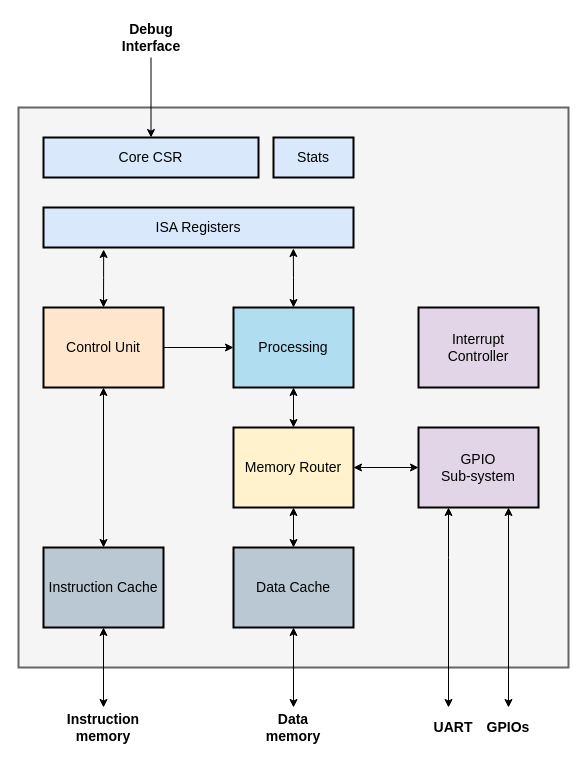
This is page "Overview" (1 of 6) of doc/friscv.drawio from dpretet/friscv, a draw.io file, before an edit. Source tidied: cells renumbered, new cells numbered last; positions are measured from the earlier drawing's top-left corner, leaving out a move shared by most shapes. Both pictures are drawn from the tidied source at 100%, with x=0, y=0 at pixel (18, 17).
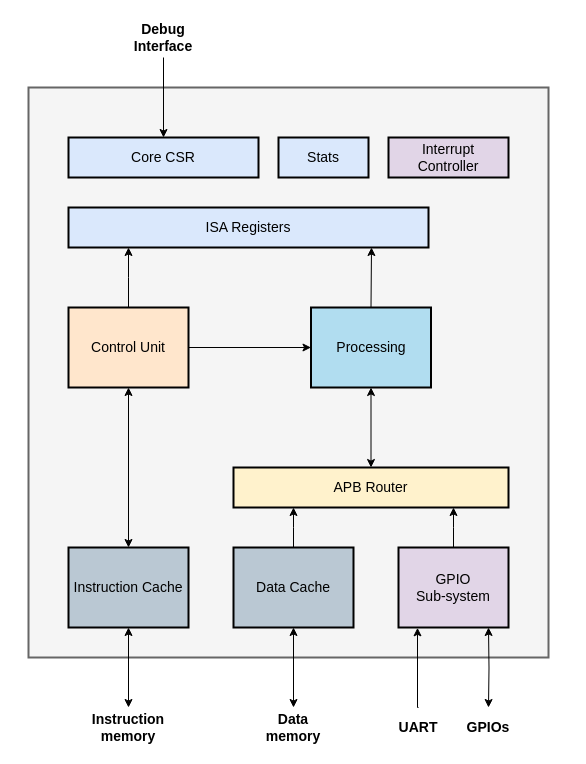
After the change.

Unchanged cells that the change refers to:
```xml
<mxCell id="20" value="Data Cache" style="rounded=0;whiteSpace=wrap;html=1;fillColor=#bac8d3;strokeWidth=2;fontSize=14;" parent="1" vertex="1">
  <mxGeometry x="215" y="530" width="120" height="80" as="geometry" />
</mxCell>
```

The edit, as a diff of the source:
```diff
@@
     <mxCell id="2" style="rounded=0;whiteSpace=wrap;html=1;strokeWidth=2;fillColor=#f5f5f5;strokeColor=#666666;fontColor=#333333;" parent="1" vertex="1">
-      <mxGeometry y="90" width="550" height="560" as="geometry" />
+      <mxGeometry x="10" y="70" width="520" height="570" as="geometry" />
     </mxCell>
@@
+    <mxCell id="5" style="edgeStyle=orthogonalEdgeStyle;rounded=0;jettySize=auto;html=1;exitX=0.5;exitY=1;exitDx=0;exitDy=0;entryX=0.5;entryY=0;entryDx=0;entryDy=0;startArrow=classic;startFill=1;fontSize=14;" parent="1" edge="1" source="6" target="24">
+      <mxGeometry relative="1" as="geometry" />
+    </mxCell>
-    <mxCell id="4" style="edgeStyle=orthogonalEdgeStyle;rounded=0;jettySize=auto;html=1;startArrow=classic;startFill=1;endArrow=classic;endFill=1;fontColor=#FFFFFF;entryX=0.806;entryY=1.025;entryDx=0;entryDy=0;entryPerimeter=0;fontSize=14;" parent="1" edge="1" source="6" target="13">
+    <mxCell id="4" style="edgeStyle=elbowEdgeStyle;rounded=0;sketch=0;jumpStyle=none;jettySize=auto;html=1;exitX=0.5;exitY=0;exitDx=0;exitDy=0;fontColor=#000066;strokeColor=#000000;" parent="1" edge="1" source="6" target="13">
       <mxGeometry relative="1" as="geometry" />
     </mxCell>
-    <mxCell id="5" style="edgeStyle=orthogonalEdgeStyle;rounded=0;jettySize=auto;html=1;exitX=0.5;exitY=1;exitDx=0;exitDy=0;entryX=0.5;entryY=0;entryDx=0;entryDy=0;startArrow=classic;startFill=1;fontSize=14;" parent="1" edge="1" source="6" target="24">
-      <mxGeometry relative="1" as="geometry" />
-    </mxCell>
     <mxCell id="6" value="Processing" style="rounded=0;whiteSpace=wrap;html=1;fillColor=#b1ddf0;strokeWidth=2;fontSize=14;" parent="1" vertex="1">
-      <mxGeometry x="215" y="290" width="120" height="80" as="geometry" />
+      <mxGeometry x="292.5" y="290" width="120" height="80" as="geometry" />
     </mxCell>
@@
-    <mxCell id="8" style="edgeStyle=orthogonalEdgeStyle;rounded=0;jettySize=auto;html=1;exitX=0.194;exitY=1.05;exitDx=0;exitDy=0;entryX=0.5;entryY=0;entryDx=0;entryDy=0;startArrow=classic;startFill=1;exitPerimeter=0;fontSize=14;" parent="1" edge="1" source="13" target="10">
-      <mxGeometry relative="1" as="geometry" />
-    </mxCell>
@@
+    <mxCell id="31" style="edgeStyle=elbowEdgeStyle;rounded=0;sketch=0;jumpStyle=none;jettySize=auto;html=1;exitX=0.5;exitY=0;exitDx=0;exitDy=0;fontColor=#000066;strokeColor=#000000;" parent="1" edge="1" source="10" target="13">
+      <mxGeometry relative="1" as="geometry" />
+    </mxCell>
     <mxCell id="10" value="Control Unit" style="rounded=0;whiteSpace=wrap;html=1;fillColor=#FFE6CC;strokeWidth=2;fontSize=14;" parent="1" vertex="1">
-      <mxGeometry x="25" y="290" width="120" height="80" as="geometry" />
+      <mxGeometry x="50" y="290" width="120" height="80" as="geometry" />
     </mxCell>
@@
     <mxCell id="13" value="ISA Registers" style="rounded=0;whiteSpace=wrap;html=1;fillColor=#dae8fc;strokeWidth=2;fontSize=14;" parent="1" vertex="1">
-      <mxGeometry x="25" y="190" width="310" height="40" as="geometry" />
+      <mxGeometry x="50" y="190" width="360" height="40" as="geometry" />
     </mxCell>
@@
     <mxCell id="15" value="Instruction memory" style="text;html=1;strokeColor=none;fillColor=none;align=center;verticalAlign=middle;whiteSpace=wrap;rounded=0;fontStyle=1;fontSize=14;" parent="1" vertex="1">
-      <mxGeometry x="50" y="690" width="70" height="40" as="geometry" />
+      <mxGeometry x="75" y="690" width="70" height="40" as="geometry" />
     </mxCell>
@@
     <mxCell id="17" value="Core CSR" style="rounded=0;whiteSpace=wrap;html=1;fillColor=#dae8fc;strokeWidth=2;fontSize=14;" parent="1" vertex="1">
-      <mxGeometry x="25" y="120" width="215" height="40" as="geometry" />
+      <mxGeometry x="50" y="120" width="190" height="40" as="geometry" />
     </mxCell>
     <mxCell id="18" value="Debug Interface" style="text;html=1;strokeColor=none;fillColor=none;align=center;verticalAlign=middle;whiteSpace=wrap;rounded=0;fontStyle=1;fontSize=14;" parent="1" vertex="1">
-      <mxGeometry x="97.5" width="70" height="40" as="geometry" />
+      <mxGeometry x="110" width="70" height="40" as="geometry" />
     </mxCell>
     <mxCell id="19" value="Instruction Cache" style="rounded=0;whiteSpace=wrap;html=1;fillColor=#bac8d3;strokeWidth=2;fontSize=14;" parent="1" vertex="1">
-      <mxGeometry x="25" y="530" width="120" height="80" as="geometry" />
+      <mxGeometry x="50" y="530" width="120" height="80" as="geometry" />
     </mxCell>
+    <mxCell id="32" style="edgeStyle=elbowEdgeStyle;rounded=0;sketch=0;jumpStyle=none;jettySize=auto;html=1;exitX=0.5;exitY=0;exitDx=0;exitDy=0;fontColor=#000066;strokeColor=#000000;" parent="1" edge="1" source="20" target="24">
+      <mxGeometry relative="1" as="geometry" />
+    </mxCell>
@@
     <mxCell id="21" value="Stats" style="rounded=0;whiteSpace=wrap;html=1;fillColor=#dae8fc;strokeWidth=2;fontSize=14;" parent="1" vertex="1">
-      <mxGeometry x="255" y="120" width="80" height="40" as="geometry" />
+      <mxGeometry x="260" y="120" width="90" height="40" as="geometry" />
     </mxCell>
-    <mxCell id="22" style="edgeStyle=orthogonalEdgeStyle;rounded=0;jettySize=auto;html=1;startArrow=classic;startFill=1;fontSize=14;" parent="1" edge="1" source="24" target="20">
-      <mxGeometry relative="1" as="geometry" />
-    </mxCell>
-    <mxCell id="23" style="edgeStyle=orthogonalEdgeStyle;rounded=0;jettySize=auto;html=1;exitX=1;exitY=0.5;exitDx=0;exitDy=0;startArrow=classic;startFill=1;fontSize=14;" parent="1" edge="1" source="24" target="27">
-      <mxGeometry relative="1" as="geometry" />
-    </mxCell>
-    <mxCell id="24" value="Memory Router" style="rounded=0;whiteSpace=wrap;html=1;fillColor=#fff2cc;strokeWidth=2;fontSize=14;" parent="1" vertex="1">
-      <mxGeometry x="215" y="410" width="120" height="80" as="geometry" />
+    <mxCell id="24" value="APB Router" style="rounded=0;whiteSpace=wrap;html=1;fillColor=#fff2cc;strokeWidth=2;fontSize=14;" parent="1" vertex="1">
+      <mxGeometry x="215" y="450" width="275" height="40" as="geometry" />
     </mxCell>
-    <mxCell id="25" style="edgeStyle=orthogonalEdgeStyle;rounded=0;jettySize=auto;html=1;exitX=0.25;exitY=1;exitDx=0;exitDy=0;startArrow=classic;startFill=1;" parent="1" edge="1" source="27" target="28">
-      <mxGeometry relative="1" as="geometry">
-        <Array as="points">
-          <mxPoint x="430" y="540" />
-          <mxPoint x="430" y="540" />
-        </Array>
-      </mxGeometry>
-    </mxCell>
-    <mxCell id="26" style="edgeStyle=orthogonalEdgeStyle;rounded=0;jettySize=auto;html=1;exitX=0.75;exitY=1;exitDx=0;exitDy=0;fontSize=14;startArrow=classic;startFill=1;" parent="1" edge="1" source="27" target="29">
-      <mxGeometry relative="1" as="geometry" />
+    <mxCell id="26" style="edgeStyle=orthogonalEdgeStyle;rounded=0;jettySize=auto;html=1;fontSize=14;startArrow=classic;startFill=1;entryX=0.5;entryY=0;entryDx=0;entryDy=0;" parent="1" edge="1" target="29">
+      <mxGeometry relative="1" as="geometry">
+        <mxPoint x="470" y="610" as="sourcePoint" />
+      </mxGeometry>
     </mxCell>
-    <mxCell id="27" value="GPIO &lt;br&gt;Sub-system" style="rounded=0;whiteSpace=wrap;html=1;fillColor=#e1d5e7;strokeWidth=2;fontSize=14;" parent="1" vertex="1">
-      <mxGeometry x="400" y="410" width="120" height="80" as="geometry" />
-    </mxCell>
+    <mxCell id="33" style="edgeStyle=elbowEdgeStyle;rounded=0;sketch=0;jumpStyle=none;jettySize=auto;html=1;exitX=0.5;exitY=0;exitDx=0;exitDy=0;entryX=0.171;entryY=1.004;entryDx=0;entryDy=0;entryPerimeter=0;fontColor=#000066;strokeColor=#000000;" parent="1" edge="1" source="28" target="27">
+      <mxGeometry relative="1" as="geometry" />
+    </mxCell>
     <mxCell id="28" value="UART&lt;br style=&quot;font-size: 14px&quot;&gt;" style="text;html=1;strokeColor=none;fillColor=none;align=center;verticalAlign=middle;whiteSpace=wrap;rounded=0;fontSize=14;fontStyle=1;" parent="1" vertex="1">
-      <mxGeometry x="400" y="690" width="70" height="40" as="geometry" />
+      <mxGeometry x="380" y="690" width="40" height="40" as="geometry" />
     </mxCell>
     <mxCell id="29" value="GPIOs" style="text;html=1;strokeColor=none;fillColor=none;align=center;verticalAlign=middle;whiteSpace=wrap;rounded=0;fontSize=14;fontStyle=1;" parent="1" vertex="1">
-      <mxGeometry x="460" y="690" width="60" height="40" as="geometry" />
+      <mxGeometry x="440" y="690" width="60" height="40" as="geometry" />
     </mxCell>
     <mxCell id="30" value="Interrupt &lt;br&gt;Controller" style="rounded=0;whiteSpace=wrap;html=1;fillColor=#e1d5e7;strokeWidth=2;fontSize=14;" parent="1" vertex="1">
-      <mxGeometry x="400" y="290" width="120" height="80" as="geometry" />
+      <mxGeometry x="370" y="120" width="120" height="40" as="geometry" />
     </mxCell>
+    <mxCell id="34" style="edgeStyle=elbowEdgeStyle;rounded=0;sketch=0;jumpStyle=none;jettySize=auto;html=1;exitX=0.5;exitY=0;exitDx=0;exitDy=0;fontColor=#000066;strokeColor=#000000;" parent="1" edge="1" source="27" target="24">
+      <mxGeometry relative="1" as="geometry" />
+    </mxCell>
+    <mxCell id="27" value="GPIO &lt;br&gt;Sub-system" style="rounded=0;whiteSpace=wrap;html=1;fillColor=#e1d5e7;strokeWidth=2;fontSize=14;" parent="1" vertex="1">
+      <mxGeometry x="380" y="530" width="110" height="80" as="geometry" />
+    </mxCell>
```
